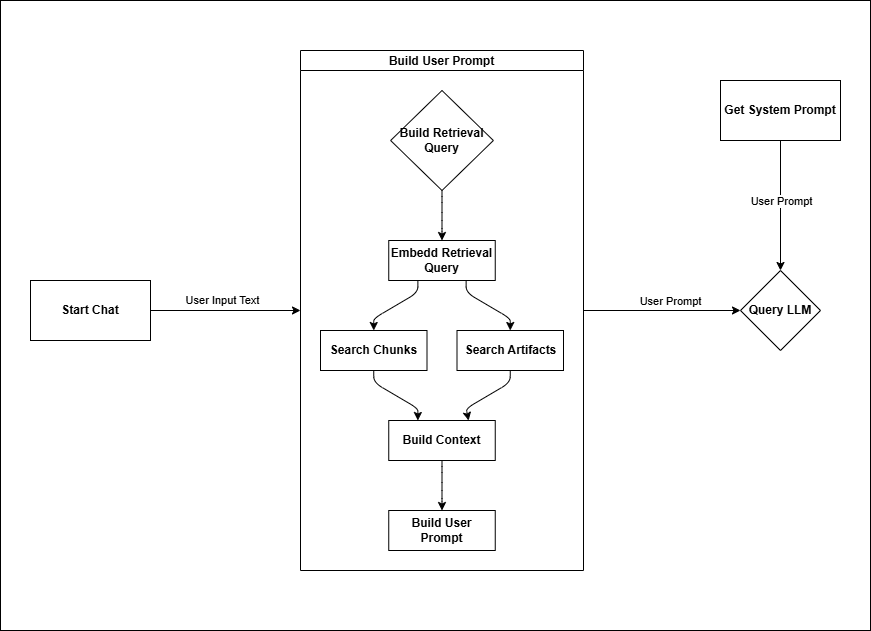
This is agent-pipeline.png from dkylewillis/vector, a draw.io export, as it was before one commit. Source tidied: cells renumbered, new cells last; positions are measured from the earlier drawing's top-left corner, leaving out a move shared by most shapes.
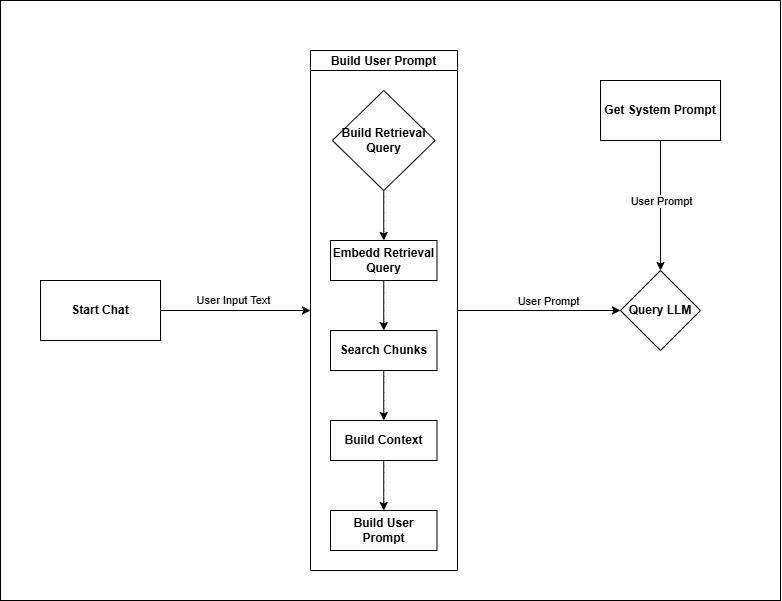
Above is the later version.

What changed in the source:
```diff
@@ -2,9 +2,9 @@
   <root>
     <mxCell id="0" />
     <mxCell id="1" parent="0" />
-    <mxCell id="2" style="rounded=0;whiteSpace=wrap;html=1;fontColor=default;" parent="1" vertex="1">
-      <mxGeometry width="870" height="630" as="geometry" />
-    </mxCell>
+    <mxCell id="25" style="rounded=0;whiteSpace=wrap;html=1;" parent="1" vertex="1">
+      <mxGeometry x="120" width="780" height="600" as="geometry" />
+    </mxCell>
     <mxCell id="3" style="edgeStyle=none;html=1;" parent="1" edge="1" source="5" target="18">
       <mxGeometry relative="1" as="geometry" />
     </mxCell>
@@ -14,15 +14,15 @@
       </mxGeometry>
     </mxCell>
     <mxCell id="5" value="Build User Prompt" style="swimlane;startSize=20;horizontal=1;flowOrientation=north;interRankCellSpacing=50;containerType=tree;fontSize=12;fillColor=light-dark(#FFFFFF,#666666);fontStyle=1;" parent="1" vertex="1">
-      <mxGeometry x="300" y="50" width="283" height="520" as="geometry" />
+      <mxGeometry x="430" y="50" width="147" height="520" as="geometry" />
     </mxCell>
     <mxCell id="6" value="Embedd Retrieval Query" style="whiteSpace=wrap;html=1;fillColor=light-dark(#FFFFFF,#CC6600);fontStyle=1;" parent="5" vertex="1">
-      <mxGeometry x="88.2" y="190" width="106.5" height="40" as="geometry" />
+      <mxGeometry x="20" y="190" width="106.5" height="40" as="geometry" />
     </mxCell>
     <mxCell id="7" style="html=1;rounded=1;curved=0;sourcePerimeterSpacing=0;targetPerimeterSpacing=0;startSize=6;endSize=6;noEdgeStyle=1;orthogonal=1;" parent="5" edge="1" source="6" target="8">
       <mxGeometry relative="1" as="geometry">
         <Array as="points">
-          <mxPoint x="117.4" y="242" />
+          <mxPoint x="73.2" y="242" />
           <mxPoint x="73.2" y="268" />
         </Array>
       </mxGeometry>
@@ -30,57 +30,38 @@
     <mxCell id="8" value="Search Chunks" style="whiteSpace=wrap;html=1;fillColor=light-dark(#FFFFFF,#0066CC);fontStyle=1;" parent="5" vertex="1">
       <mxGeometry x="20" y="280" width="106.5" height="40" as="geometry" />
     </mxCell>
-    <mxCell id="9" style="html=1;rounded=1;curved=0;sourcePerimeterSpacing=0;targetPerimeterSpacing=0;startSize=6;endSize=6;noEdgeStyle=1;orthogonal=1;" parent="5" edge="1" source="6" target="11">
-      <mxGeometry relative="1" as="geometry">
-        <Array as="points">
-          <mxPoint x="165.6" y="242" />
-          <mxPoint x="209.8" y="268" />
-        </Array>
-      </mxGeometry>
-    </mxCell>
-    <mxCell id="10" style="edgeStyle=none;html=1;exitX=0.5;exitY=1;exitDx=0;exitDy=0;entryX=0.75;entryY=0;entryDx=0;entryDy=0;noEdgeStyle=1;orthogonal=1;" parent="5" edge="1" source="11" target="13">
-      <mxGeometry relative="1" as="geometry">
-        <Array as="points">
-          <mxPoint x="209.8" y="332" />
-          <mxPoint x="165.6" y="358" />
-        </Array>
-      </mxGeometry>
-    </mxCell>
-    <mxCell id="11" value="Search Artifacts" style="whiteSpace=wrap;html=1;fillColor=light-dark(#FFFFFF,#0066CC);fontStyle=1;" parent="5" vertex="1">
-      <mxGeometry x="156.5" y="280" width="106.5" height="40" as="geometry" />
-    </mxCell>
     <mxCell id="12" style="html=1;rounded=1;curved=0;sourcePerimeterSpacing=0;targetPerimeterSpacing=0;startSize=6;endSize=6;noEdgeStyle=1;orthogonal=1;" parent="5" edge="1" source="8" target="13">
       <mxGeometry relative="1" as="geometry">
         <Array as="points">
           <mxPoint x="73.2" y="332" />
-          <mxPoint x="117.4" y="358" />
+          <mxPoint x="73.2" y="358" />
         </Array>
       </mxGeometry>
     </mxCell>
     <mxCell id="13" value="Build Context" style="whiteSpace=wrap;html=1;fillColor=light-dark(#FFFFFF,#666666);fontStyle=1;" parent="5" vertex="1">
-      <mxGeometry x="88.2" y="370" width="106.5" height="40" as="geometry" />
+      <mxGeometry x="20" y="370" width="106.5" height="40" as="geometry" />
     </mxCell>
     <mxCell id="14" style="html=1;rounded=1;curved=0;sourcePerimeterSpacing=0;targetPerimeterSpacing=0;startSize=6;endSize=6;noEdgeStyle=1;orthogonal=1;" parent="5" edge="1" source="13" target="15">
       <mxGeometry relative="1" as="geometry">
         <Array as="points">
-          <mxPoint x="141.5" y="422" />
-          <mxPoint x="141.5" y="448" />
+          <mxPoint x="73.2" y="422" />
+          <mxPoint x="73.2" y="448" />
         </Array>
       </mxGeometry>
     </mxCell>
     <mxCell id="15" value="Build User Prompt" style="whiteSpace=wrap;html=1;fillColor=light-dark(#FFFFFF,#666666);fontStyle=1;" parent="5" vertex="1">
-      <mxGeometry x="88.2" y="460" width="106.5" height="40" as="geometry" />
+      <mxGeometry x="20" y="460" width="106.5" height="40" as="geometry" />
     </mxCell>
     <mxCell id="16" style="edgeStyle=none;html=1;exitX=0.5;exitY=1;exitDx=0;exitDy=0;entryX=0.5;entryY=0;entryDx=0;entryDy=0;noEdgeStyle=1;orthogonal=1;" parent="5" edge="1" source="17" target="6">
       <mxGeometry relative="1" as="geometry">
         <Array as="points">
-          <mxPoint x="141.5" y="152" />
-          <mxPoint x="141.5" y="178" />
+          <mxPoint x="73.2" y="152" />
+          <mxPoint x="73.2" y="178" />
         </Array>
       </mxGeometry>
     </mxCell>
     <mxCell id="17" value="Build Retrieval Query" style="rhombus;whiteSpace=wrap;html=1;fillColor=light-dark(#FFFFFF,#7F00FF);fontStyle=1;" parent="5" vertex="1">
-      <mxGeometry x="90.1" y="40" width="102.8" height="100" as="geometry" />
+      <mxGeometry x="21.9" y="40" width="102.8" height="100" as="geometry" />
     </mxCell>
     <mxCell id="18" value="Query LLM" style="rhombus;whiteSpace=wrap;html=1;fontStyle=1;startSize=20;fillColor=light-dark(#FFFFFF,#7F00FF);" parent="1" vertex="1">
       <mxGeometry x="740" y="270" width="80" height="80" as="geometry" />
@@ -94,7 +75,7 @@
       </mxGeometry>
     </mxCell>
     <mxCell id="21" value="Start Chat" style="rounded=0;whiteSpace=wrap;html=1;fillColor=light-dark(#FFFFFF,#666666);fontStyle=1;" parent="1" vertex="1">
-      <mxGeometry x="30" y="280" width="120" height="60" as="geometry" />
+      <mxGeometry x="160" y="280" width="120" height="60" as="geometry" />
     </mxCell>
     <mxCell id="22" style="edgeStyle=none;html=1;" parent="1" edge="1" source="23" target="18">
       <mxGeometry relative="1" as="geometry" />
```
